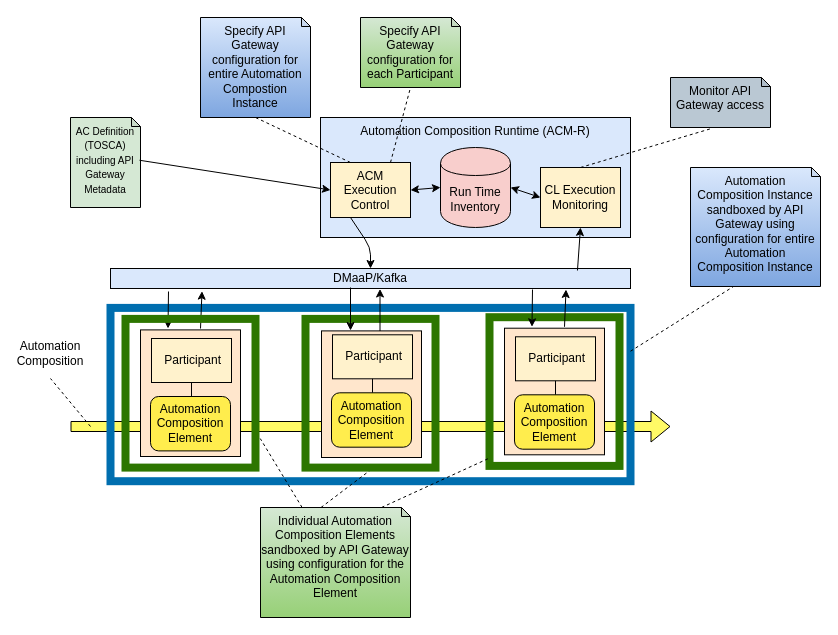
This is docs/clamp/acm/draw.io/api-gateway-sandbox.drawio from onap/policy-parent, a draw.io file, before an edit. Source tidied: cells renumbered, new cells numbered last; positions are measured from the earlier drawing's top-left corner, leaving out a move shared by most shapes. Both pictures are drawn from the tidied source at 100%, with x=0, y=0 at pixel (30, 17).
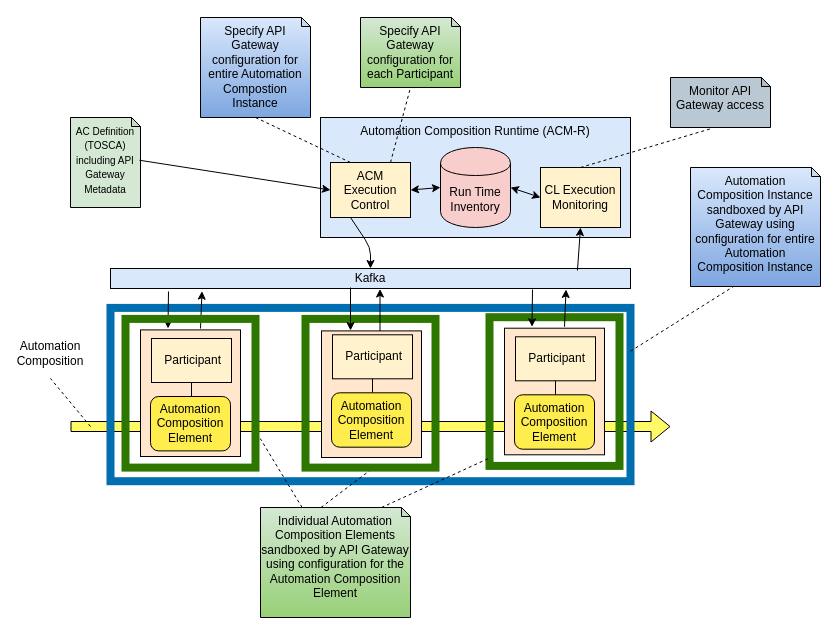
The same diagram, later.

What changed in the source:
```diff
@@
-    <mxCell id="17" value="DMaaP/Kafka" style="rounded=0;whiteSpace=wrap;html=1;fillColor=#dae8fc;strokeColor=#000000;fontColor=#000000;" parent="1" vertex="1">
+    <mxCell id="17" value="Kafka" style="rounded=0;whiteSpace=wrap;html=1;fillColor=#dae8fc;strokeColor=#000000;fontColor=#000000;" parent="1" vertex="1">
       <mxGeometry x="80" y="251" width="520" height="20" as="geometry" />
     </mxCell>
```
